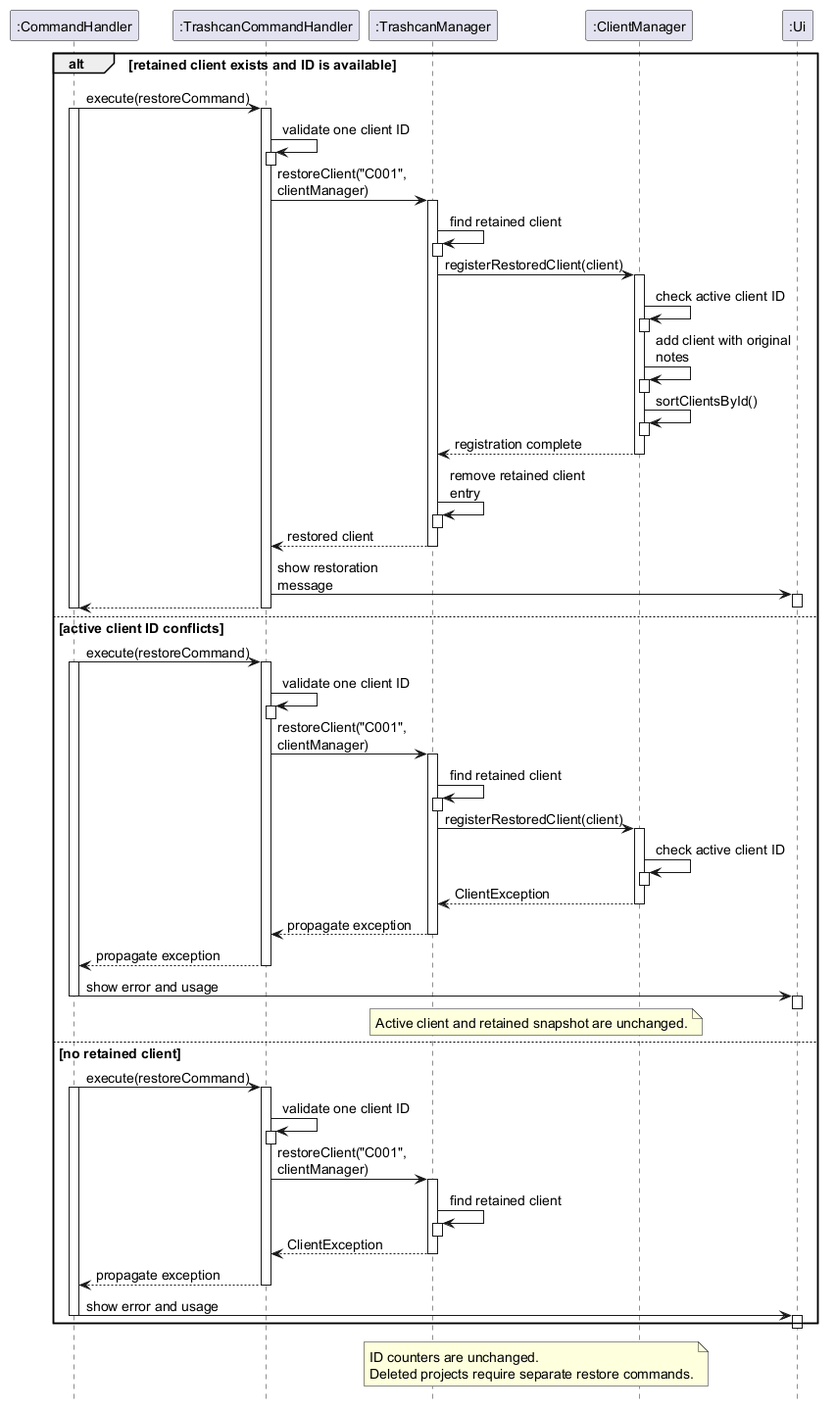
Earlier version of the PlantUML export docs/images/ClientRestoreSequenceDiagram.png (AY2627S1-CS2113-T10-3/tp).
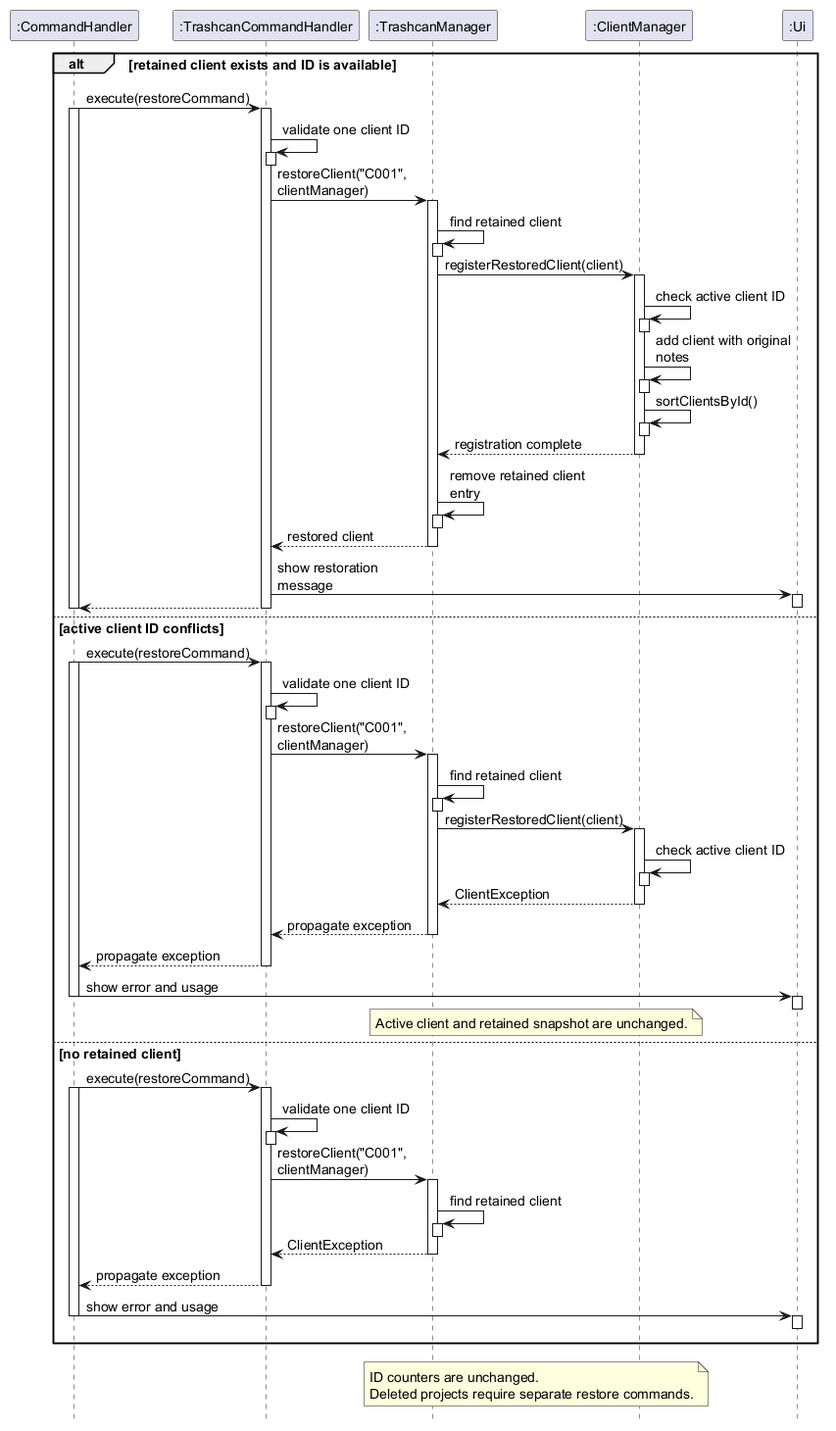
After the change.

Commit message:
Fix more sequence diagram bugs

Change to the diagram source:
```diff
@@ -97,6 +97,7 @@
   activate UI
   deactivate UI
   deactivate CH
+  ||20||
 end
 
 note over TM, CM
```
